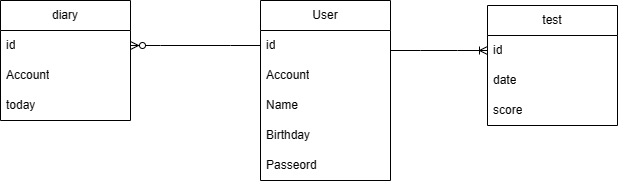
Earlier version of the draw.io export UML/資料庫關聯圖/資料庫關聯圖.drawio.png (vi17chou/pressure-2). Source tidied: cells renumbered, new cells last; positions are measured from the earlier drawing's top-left corner, leaving out a move shared by most shapes.
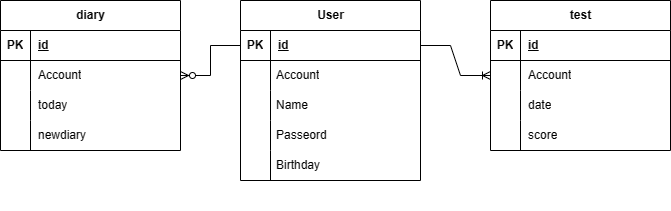
Above is the later version.

Diff of the diagram source:
```diff
@@ -2,60 +2,169 @@
   <root>
     <mxCell id="0" />
     <mxCell id="1" parent="0" />
-    <mxCell id="2" value="diary" style="swimlane;fontStyle=0;horizontal=1;startSize=30;whiteSpace=wrap;html=1;" parent="1" vertex="1">
-      <mxGeometry width="130" height="120" as="geometry" />
-    </mxCell>
-    <mxCell id="3" value="id" style="text;strokeColor=none;fillColor=none;align=left;verticalAlign=middle;spacingLeft=4;spacingRight=4;overflow=hidden;points=[[0,0.5],[1,0.5]];portConstraint=eastwest;whiteSpace=wrap;html=1;" parent="2" vertex="1">
-      <mxGeometry y="30" width="130" height="30" as="geometry" />
-    </mxCell>
-    <mxCell id="4" value="Account" style="text;strokeColor=none;fillColor=none;align=left;verticalAlign=middle;spacingLeft=4;spacingRight=4;overflow=hidden;whiteSpace=wrap;html=1;" parent="2" vertex="1">
-      <mxGeometry y="60" width="130" height="30" as="geometry" />
-    </mxCell>
-    <mxCell id="5" value="today" style="text;strokeColor=none;fillColor=none;align=left;verticalAlign=middle;spacingLeft=4;spacingRight=4;overflow=hidden;whiteSpace=wrap;html=1;" parent="2" vertex="1">
-      <mxGeometry y="90" width="130" height="30" as="geometry" />
-    </mxCell>
-    <mxCell id="6" value="test" style="swimlane;fontStyle=0;horizontal=1;startSize=30;whiteSpace=wrap;html=1;" parent="1" vertex="1">
-      <mxGeometry x="487" y="5" width="130" height="120" as="geometry" />
-    </mxCell>
-    <mxCell id="7" value="id" style="text;strokeColor=none;fillColor=none;align=left;verticalAlign=middle;spacingLeft=4;spacingRight=4;overflow=hidden;points=[[0,0.5],[1,0.5]];portConstraint=eastwest;whiteSpace=wrap;html=1;" parent="6" vertex="1">
-      <mxGeometry y="30" width="130" height="30" as="geometry" />
-    </mxCell>
-    <mxCell id="8" value="date" style="text;strokeColor=none;fillColor=none;align=left;verticalAlign=middle;spacingLeft=4;spacingRight=4;overflow=hidden;whiteSpace=wrap;html=1;" parent="6" vertex="1">
-      <mxGeometry y="60" width="130" height="30" as="geometry" />
-    </mxCell>
-    <mxCell id="9" value="score" style="text;strokeColor=none;fillColor=none;align=left;verticalAlign=middle;spacingLeft=4;spacingRight=4;overflow=hidden;whiteSpace=wrap;html=1;" parent="6" vertex="1">
-      <mxGeometry y="90" width="130" height="30" as="geometry" />
-    </mxCell>
+    <mxCell id="16" style="edgeStyle=entityRelationEdgeStyle;fontSize=12;html=1;endArrow=ERzeroToMany;endFill=1;rounded=0;exitX=0;exitY=0.5;exitDx=0;exitDy=0;entryX=1;entryY=0.5;entryDx=0;entryDy=0;" parent="1" edge="1" source="22" target="42">
+      <mxGeometry relative="1" as="geometry">
+        <Array as="points">
+          <mxPoint x="220" y="10" />
+          <mxPoint x="210" y="10" />
+        </Array>
+      </mxGeometry>
+    </mxCell>
+    <mxCell id="17" style="edgeStyle=entityRelationEdgeStyle;fontSize=12;html=1;endArrow=ERoneToMany;rounded=0;entryX=0;entryY=0.5;entryDx=0;entryDy=0;exitX=1;exitY=0.5;exitDx=0;exitDy=0;" parent="1" edge="1" source="22" target="53">
+      <mxGeometry relative="1" as="geometry" />
+    </mxCell>
+    <mxCell id="18" style="group;" parent="1" vertex="1">
+      <mxGeometry x="220" width="300" height="210" as="geometry" />
+    </mxCell>
+    <mxCell id="13" value="Name" style="text;strokeColor=none;fillColor=none;align=left;verticalAlign=middle;spacingLeft=4;spacingRight=4;overflow=hidden;whiteSpace=wrap;html=1;" parent="18" vertex="1">
+      <mxGeometry x="30" y="90" width="130" height="30" as="geometry" />
+    </mxCell>
+    <mxCell id="19" style="shape=tableRow;horizontal=0;startSize=0;swimlaneHead=0;swimlaneBody=0;fillColor=none;top=0;left=0;right=0;bottom=0;" parent="18" vertex="1">
+      <mxGeometry x="10" y="130" width="180" height="30" as="geometry" />
+    </mxCell>
+    <mxCell id="20" style="shape=partialRectangle;fillColor=none;top=0;left=0;bottom=0;right=0;overflow=hidden;whiteSpace=wrap;html=1;" parent="19" vertex="1">
+      <mxGeometry width="30" height="30" as="geometry" />
+    </mxCell>
+    <mxCell id="21" style="group;" parent="18" vertex="1">
+      <mxGeometry width="180" height="180" as="geometry" />
+    </mxCell>
-    <mxCell id="10" value="User" style="swimlane;fontStyle=0;horizontal=1;startSize=30;whiteSpace=wrap;html=1;" parent="1" vertex="1">
-      <mxGeometry x="260" width="130" height="180" as="geometry" />
+    <mxCell id="10" value="User" style="shape=table;startSize=30;rowLines=0;fontStyle=1;align=center;html=1;" parent="21" vertex="1">
+      <mxGeometry width="180" height="180" as="geometry" />
     </mxCell>
-    <mxCell id="11" value="id" style="text;strokeColor=none;fillColor=none;align=left;verticalAlign=middle;spacingLeft=4;spacingRight=4;overflow=hidden;points=[[0,0.5],[1,0.5]];portConstraint=eastwest;whiteSpace=wrap;html=1;" parent="10" vertex="1">
-      <mxGeometry y="30" width="130" height="30" as="geometry" />
-    </mxCell>
-    <mxCell id="12" value="Account" style="text;strokeColor=none;fillColor=none;align=left;verticalAlign=middle;spacingLeft=4;spacingRight=4;overflow=hidden;whiteSpace=wrap;html=1;" parent="10" vertex="1">
-      <mxGeometry y="60" width="130" height="30" as="geometry" />
-    </mxCell>
-    <mxCell id="13" value="Name" style="text;strokeColor=none;fillColor=none;align=left;verticalAlign=middle;spacingLeft=4;spacingRight=4;overflow=hidden;whiteSpace=wrap;html=1;" parent="10" vertex="1">
-      <mxGeometry y="90" width="130" height="30" as="geometry" />
-    </mxCell>
+    <mxCell id="22" style="shape=tableRow;horizontal=0;startSize=0;swimlaneHead=0;swimlaneBody=0;fillColor=none;points=[[0,0.5],[1,0.5]];portConstraint=eastwest;top=0;left=0;right=0;bottom=1;" parent="10" vertex="1">
+      <mxGeometry y="30" width="180" height="30" as="geometry" />
+    </mxCell>
+    <mxCell id="23" value="PK" style="shape=partialRectangle;fillColor=none;top=0;left=0;bottom=0;right=0;fontStyle=1;overflow=hidden;whiteSpace=wrap;html=1;" parent="22" vertex="1">
+      <mxGeometry width="30" height="30" as="geometry" />
+    </mxCell>
+    <mxCell id="24" value="id" style="shape=partialRectangle;fillColor=none;top=0;left=0;bottom=0;right=0;align=left;spacingLeft=6;fontStyle=5;overflow=hidden;whiteSpace=wrap;html=1;" parent="22" vertex="1">
+      <mxGeometry x="30" width="150" height="30" as="geometry" />
+    </mxCell>
+    <mxCell id="25" style="shape=tableRow;horizontal=0;startSize=0;swimlaneHead=0;swimlaneBody=0;fillColor=none;top=0;left=0;right=0;bottom=0;" parent="10" vertex="1">
+      <mxGeometry y="60" width="180" height="30" as="geometry" />
+    </mxCell>
+    <mxCell id="26" style="shape=partialRectangle;fillColor=none;top=0;left=0;bottom=0;right=0;overflow=hidden;whiteSpace=wrap;html=1;" parent="25" vertex="1">
+      <mxGeometry width="30" height="30" as="geometry" />
+    </mxCell>
+    <mxCell id="27" style="shape=partialRectangle;fillColor=none;top=0;left=0;bottom=0;right=0;align=left;spacingLeft=6;overflow=hidden;whiteSpace=wrap;html=1;" parent="25" vertex="1">
+      <mxGeometry x="30" width="150" height="30" as="geometry" />
+    </mxCell>
+    <mxCell id="28" style="shape=tableRow;horizontal=0;startSize=0;swimlaneHead=0;swimlaneBody=0;fillColor=none;top=0;left=0;right=0;bottom=0;" parent="10" vertex="1">
+      <mxGeometry y="90" width="180" height="30" as="geometry" />
+    </mxCell>
+    <mxCell id="29" style="shape=partialRectangle;fillColor=none;top=0;left=0;bottom=0;right=0;overflow=hidden;whiteSpace=wrap;html=1;" parent="28" vertex="1">
+      <mxGeometry width="30" height="30" as="geometry" />
+    </mxCell>
+    <mxCell id="30" style="shape=partialRectangle;fillColor=none;top=0;left=0;bottom=0;right=0;align=left;spacingLeft=6;overflow=hidden;whiteSpace=wrap;html=1;" parent="28" vertex="1">
+      <mxGeometry x="30" width="150" height="30" as="geometry" />
+    </mxCell>
+    <mxCell id="31" style="shape=tableRow;horizontal=0;startSize=0;swimlaneHead=0;swimlaneBody=0;fillColor=none;top=0;left=0;right=0;bottom=0;" parent="10" vertex="1">
+      <mxGeometry y="120" width="180" height="30" as="geometry" />
+    </mxCell>
+    <mxCell id="32" style="shape=partialRectangle;fillColor=none;top=0;left=0;bottom=0;right=0;overflow=hidden;whiteSpace=wrap;html=1;" parent="31" vertex="1">
+      <mxGeometry width="30" height="30" as="geometry" />
+    </mxCell>
+    <mxCell id="33" style="shape=partialRectangle;fillColor=none;top=0;left=0;bottom=0;right=0;align=left;spacingLeft=6;overflow=hidden;whiteSpace=wrap;html=1;" parent="31" vertex="1">
+      <mxGeometry x="30" width="150" height="30" as="geometry" />
+    </mxCell>
+    <mxCell id="34" style="shape=tableRow;horizontal=0;startSize=0;swimlaneHead=0;swimlaneBody=0;fillColor=none;top=0;left=0;right=0;bottom=0;" parent="10" vertex="1">
+      <mxGeometry y="150" width="180" height="30" as="geometry" />
+    </mxCell>
+    <mxCell id="35" style="shape=partialRectangle;fillColor=none;top=0;left=0;bottom=0;right=0;overflow=hidden;whiteSpace=wrap;html=1;" parent="34" vertex="1">
+      <mxGeometry width="30" height="30" as="geometry" />
+    </mxCell>
+    <mxCell id="36" style="shape=partialRectangle;fillColor=none;top=0;left=0;bottom=0;right=0;align=left;spacingLeft=6;overflow=hidden;whiteSpace=wrap;html=1;" parent="34" vertex="1">
+      <mxGeometry x="30" width="150" height="30" as="geometry" />
+    </mxCell>
+    <mxCell id="37" value="Account" style="text;strokeColor=none;fillColor=none;align=left;verticalAlign=middle;spacingLeft=4;spacingRight=4;overflow=hidden;whiteSpace=wrap;html=1;" parent="21" vertex="1">
+      <mxGeometry x="30" y="60" width="130" height="30" as="geometry" />
+    </mxCell>
-    <mxCell id="14" value="Birthday" style="text;strokeColor=none;fillColor=none;align=left;verticalAlign=middle;spacingLeft=4;spacingRight=4;overflow=hidden;whiteSpace=wrap;html=1;" parent="10" vertex="1">
-      <mxGeometry y="120" width="130" height="30" as="geometry" />
+    <mxCell id="14" value="Birthday" style="text;strokeColor=none;fillColor=none;align=left;verticalAlign=middle;spacingLeft=4;spacingRight=4;overflow=hidden;whiteSpace=wrap;html=1;" parent="21" vertex="1">
+      <mxGeometry x="30" y="150" width="130" height="30" as="geometry" />
     </mxCell>
-    <mxCell id="15" value="Passeord" style="text;strokeColor=none;fillColor=none;align=left;verticalAlign=middle;spacingLeft=4;spacingRight=4;overflow=hidden;whiteSpace=wrap;html=1;" parent="10" vertex="1">
-      <mxGeometry y="150" width="130" height="30" as="geometry" />
+    <mxCell id="15" value="Passeord" style="text;strokeColor=none;fillColor=none;align=left;verticalAlign=middle;spacingLeft=4;spacingRight=4;overflow=hidden;whiteSpace=wrap;html=1;" parent="21" vertex="1">
+      <mxGeometry x="30" y="120" width="130" height="30" as="geometry" />
     </mxCell>
-    <mxCell id="16" style="edgeStyle=entityRelationEdgeStyle;fontSize=12;html=1;endArrow=ERzeroToMany;endFill=1;rounded=0;exitX=0;exitY=0.5;exitDx=0;exitDy=0;entryX=1;entryY=0.5;entryDx=0;entryDy=0;" parent="1" edge="1" source="11" target="3">
-      <mxGeometry relative="1" as="geometry">
-        <Array as="points">
-          <mxPoint x="220" y="10" />
-          <mxPoint x="210" y="10" />
-        </Array>
-      </mxGeometry>
-    </mxCell>
-    <mxCell id="17" style="edgeStyle=entityRelationEdgeStyle;fontSize=12;html=1;endArrow=ERoneToMany;rounded=0;entryX=0;entryY=0.5;entryDx=0;entryDy=0;" parent="1" edge="1" target="7">
-      <mxGeometry relative="1" as="geometry">
-        <mxPoint x="390" y="50" as="sourcePoint" />
-      </mxGeometry>
-    </mxCell>
+    <mxCell id="38" style="shape=partialRectangle;fillColor=none;top=0;left=0;bottom=0;right=0;align=left;spacingLeft=6;overflow=hidden;whiteSpace=wrap;html=1;" parent="21" vertex="1">
+      <mxGeometry x="30" y="100" width="150" height="30" as="geometry" />
+    </mxCell>
+    <mxCell id="2" value="diary" style="shape=table;startSize=30;rowLines=0;fontStyle=1;align=center;html=1;" parent="1" vertex="1">
+      <mxGeometry x="-20" width="180" height="150" as="geometry" />
+    </mxCell>
+    <mxCell id="39" style="shape=tableRow;horizontal=0;startSize=0;swimlaneHead=0;swimlaneBody=0;fillColor=none;top=0;left=0;right=0;bottom=1;" parent="2" vertex="1">
+      <mxGeometry y="30" width="180" height="30" as="geometry" />
+    </mxCell>
+    <mxCell id="40" value="PK" style="shape=partialRectangle;fillColor=none;top=0;left=0;bottom=0;right=0;fontStyle=1;overflow=hidden;whiteSpace=wrap;html=1;" parent="39" vertex="1">
+      <mxGeometry width="30" height="30" as="geometry" />
+    </mxCell>
+    <mxCell id="41" value="&lt;b style=&quot;border-color: var(--border-color);&quot;&gt;id&lt;/b&gt;" style="shape=partialRectangle;fillColor=none;top=0;left=0;bottom=0;right=0;align=left;spacingLeft=6;fontStyle=5;overflow=hidden;whiteSpace=wrap;html=1;" parent="39" vertex="1">
+      <mxGeometry x="30" width="150" height="30" as="geometry" />
+    </mxCell>
+    <mxCell id="42" style="shape=tableRow;horizontal=0;startSize=0;swimlaneHead=0;swimlaneBody=0;fillColor=none;points=[[0,0.5],[1,0.5]];portConstraint=eastwest;top=0;left=0;right=0;bottom=0;" parent="2" vertex="1">
+      <mxGeometry y="60" width="180" height="30" as="geometry" />
+    </mxCell>
+    <mxCell id="43" style="shape=partialRectangle;fillColor=none;top=0;left=0;bottom=0;right=0;overflow=hidden;whiteSpace=wrap;html=1;" parent="42" vertex="1">
+      <mxGeometry width="30" height="30" as="geometry" />
+    </mxCell>
+    <mxCell id="44" value="Account" style="shape=partialRectangle;fillColor=none;top=0;left=0;bottom=0;right=0;align=left;spacingLeft=6;overflow=hidden;whiteSpace=wrap;html=1;" parent="42" vertex="1">
+      <mxGeometry x="30" width="150" height="30" as="geometry" />
+    </mxCell>
+    <mxCell id="45" style="shape=tableRow;horizontal=0;startSize=0;swimlaneHead=0;swimlaneBody=0;fillColor=none;top=0;left=0;right=0;bottom=0;" parent="2" vertex="1">
+      <mxGeometry y="90" width="180" height="30" as="geometry" />
+    </mxCell>
+    <mxCell id="46" style="shape=partialRectangle;fillColor=none;top=0;left=0;bottom=0;right=0;overflow=hidden;whiteSpace=wrap;html=1;" parent="45" vertex="1">
+      <mxGeometry width="30" height="30" as="geometry" />
+    </mxCell>
+    <mxCell id="5" value="today" style="shape=partialRectangle;fillColor=none;top=0;left=0;bottom=0;right=0;align=left;spacingLeft=6;overflow=hidden;whiteSpace=wrap;html=1;" parent="45" vertex="1">
+      <mxGeometry x="30" width="150" height="30" as="geometry" />
+    </mxCell>
+    <mxCell id="47" style="shape=tableRow;horizontal=0;startSize=0;swimlaneHead=0;swimlaneBody=0;fillColor=none;top=0;left=0;right=0;bottom=0;" parent="2" vertex="1">
+      <mxGeometry y="120" width="180" height="30" as="geometry" />
+    </mxCell>
+    <mxCell id="48" style="shape=partialRectangle;fillColor=none;top=0;left=0;bottom=0;right=0;overflow=hidden;whiteSpace=wrap;html=1;" parent="47" vertex="1">
+      <mxGeometry width="30" height="30" as="geometry" />
+    </mxCell>
+    <mxCell id="49" value="newdiary" style="shape=partialRectangle;fillColor=none;top=0;left=0;bottom=0;right=0;align=left;spacingLeft=6;overflow=hidden;whiteSpace=wrap;html=1;" parent="47" vertex="1">
+      <mxGeometry x="30" width="150" height="30" as="geometry" />
+    </mxCell>
+    <mxCell id="6" value="test" style="shape=table;startSize=30;rowLines=0;fontStyle=1;align=center;html=1;" parent="1" vertex="1">
+      <mxGeometry x="470" width="180" height="150" as="geometry" />
+    </mxCell>
+    <mxCell id="50" style="shape=tableRow;horizontal=0;startSize=0;swimlaneHead=0;swimlaneBody=0;fillColor=none;top=0;left=0;right=0;bottom=1;" parent="6" vertex="1">
+      <mxGeometry y="30" width="180" height="30" as="geometry" />
+    </mxCell>
+    <mxCell id="51" value="PK" style="shape=partialRectangle;fillColor=none;top=0;left=0;bottom=0;right=0;fontStyle=1;overflow=hidden;whiteSpace=wrap;html=1;" parent="50" vertex="1">
+      <mxGeometry width="30" height="30" as="geometry" />
+    </mxCell>
+    <mxCell id="52" value="&lt;b style=&quot;border-color: var(--border-color);&quot;&gt;id&lt;/b&gt;" style="shape=partialRectangle;fillColor=none;top=0;left=0;bottom=0;right=0;align=left;spacingLeft=6;fontStyle=5;overflow=hidden;whiteSpace=wrap;html=1;" parent="50" vertex="1">
+      <mxGeometry x="30" width="150" height="30" as="geometry" />
+    </mxCell>
+    <mxCell id="53" style="shape=tableRow;horizontal=0;startSize=0;swimlaneHead=0;swimlaneBody=0;fillColor=none;points=[[0,0.5],[1,0.5]];portConstraint=eastwest;top=0;left=0;right=0;bottom=0;" parent="6" vertex="1">
+      <mxGeometry y="60" width="180" height="30" as="geometry" />
+    </mxCell>
+    <mxCell id="54" style="shape=partialRectangle;fillColor=none;top=0;left=0;bottom=0;right=0;overflow=hidden;whiteSpace=wrap;html=1;" parent="53" vertex="1">
+      <mxGeometry width="30" height="30" as="geometry" />
+    </mxCell>
+    <mxCell id="55" value="Account" style="shape=partialRectangle;fillColor=none;top=0;left=0;bottom=0;right=0;align=left;spacingLeft=6;overflow=hidden;whiteSpace=wrap;html=1;" parent="53" vertex="1">
+      <mxGeometry x="30" width="150" height="30" as="geometry" />
+    </mxCell>
+    <mxCell id="56" style="shape=tableRow;horizontal=0;startSize=0;swimlaneHead=0;swimlaneBody=0;fillColor=none;top=0;left=0;right=0;bottom=0;" parent="6" vertex="1">
+      <mxGeometry y="90" width="180" height="30" as="geometry" />
+    </mxCell>
+    <mxCell id="57" style="shape=partialRectangle;fillColor=none;top=0;left=0;bottom=0;right=0;overflow=hidden;whiteSpace=wrap;html=1;" parent="56" vertex="1">
+      <mxGeometry width="30" height="30" as="geometry" />
+    </mxCell>
+    <mxCell id="8" value="date" style="shape=partialRectangle;fillColor=none;top=0;left=0;bottom=0;right=0;align=left;spacingLeft=6;overflow=hidden;whiteSpace=wrap;html=1;" parent="56" vertex="1">
+      <mxGeometry x="30" width="150" height="30" as="geometry" />
+    </mxCell>
+    <mxCell id="58" style="shape=tableRow;horizontal=0;startSize=0;swimlaneHead=0;swimlaneBody=0;fillColor=none;top=0;left=0;right=0;bottom=0;" parent="6" vertex="1">
+      <mxGeometry y="120" width="180" height="30" as="geometry" />
+    </mxCell>
+    <mxCell id="59" style="shape=partialRectangle;fillColor=none;top=0;left=0;bottom=0;right=0;overflow=hidden;whiteSpace=wrap;html=1;" parent="58" vertex="1">
+      <mxGeometry width="30" height="30" as="geometry" />
+    </mxCell>
+    <mxCell id="9" value="score" style="shape=partialRectangle;fillColor=none;top=0;left=0;bottom=0;right=0;align=left;spacingLeft=6;overflow=hidden;whiteSpace=wrap;html=1;" parent="58" vertex="1">
+      <mxGeometry x="30" width="150" height="30" as="geometry" />
+    </mxCell>
   </root>
 </mxGraphModel>
```
